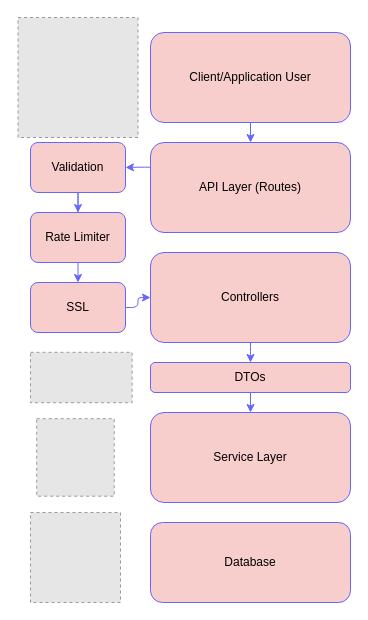
This is design/diagram.drawio from YamtalDev/SecureBankApp, a draw.io file, before an edit. Source tidied: cells renumbered, new cells numbered last; positions are measured from the earlier drawing's top-left corner, leaving out a move shared by most shapes. Both pictures are drawn from the tidied source at 100%, with x=0, y=0 at pixel (18, 17). Pictures stored in the file or linked from it are replaced by grey dashed boxes.
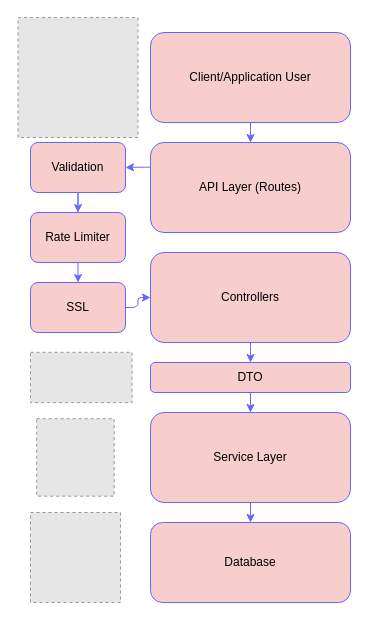
The same page after the edit.

Unchanged cells that the change refers to:
```xml
<mxCell id="6" value="Service Layer" style="rounded=1;whiteSpace=wrap;html=1;strokeColor=#6666FF;fillColor=#f8cecc;fontColor=#000000;" parent="1" vertex="1">
  <mxGeometry x="132" y="395" width="200" height="90" as="geometry" />
</mxCell>
<mxCell id="12" value="Database" style="rounded=1;whiteSpace=wrap;html=1;strokeColor=#6666FF;fillColor=#f8cecc;fontColor=#000000;" parent="1" vertex="1">
  <mxGeometry x="132" y="505" width="200" height="80" as="geometry" />
</mxCell>
```

What changed in the source:
```diff
@@
+    <mxCell id="22" style="edgeStyle=none;html=1;strokeColor=#6666FF;" parent="1" edge="1" source="6" target="12">
+      <mxGeometry relative="1" as="geometry" />
+    </mxCell>
@@
-    <mxCell id="8" value="DTOs" style="rounded=1;whiteSpace=wrap;html=1;strokeColor=#6666FF;fillColor=#f8cecc;fontColor=#000000;" parent="1" vertex="1">
+    <mxCell id="8" value="DTO" style="rounded=1;whiteSpace=wrap;html=1;strokeColor=#6666FF;fillColor=#f8cecc;fontColor=#000000;" parent="1" vertex="1">
       <mxGeometry x="132" y="345" width="200" height="30" as="geometry" />
     </mxCell>
```
